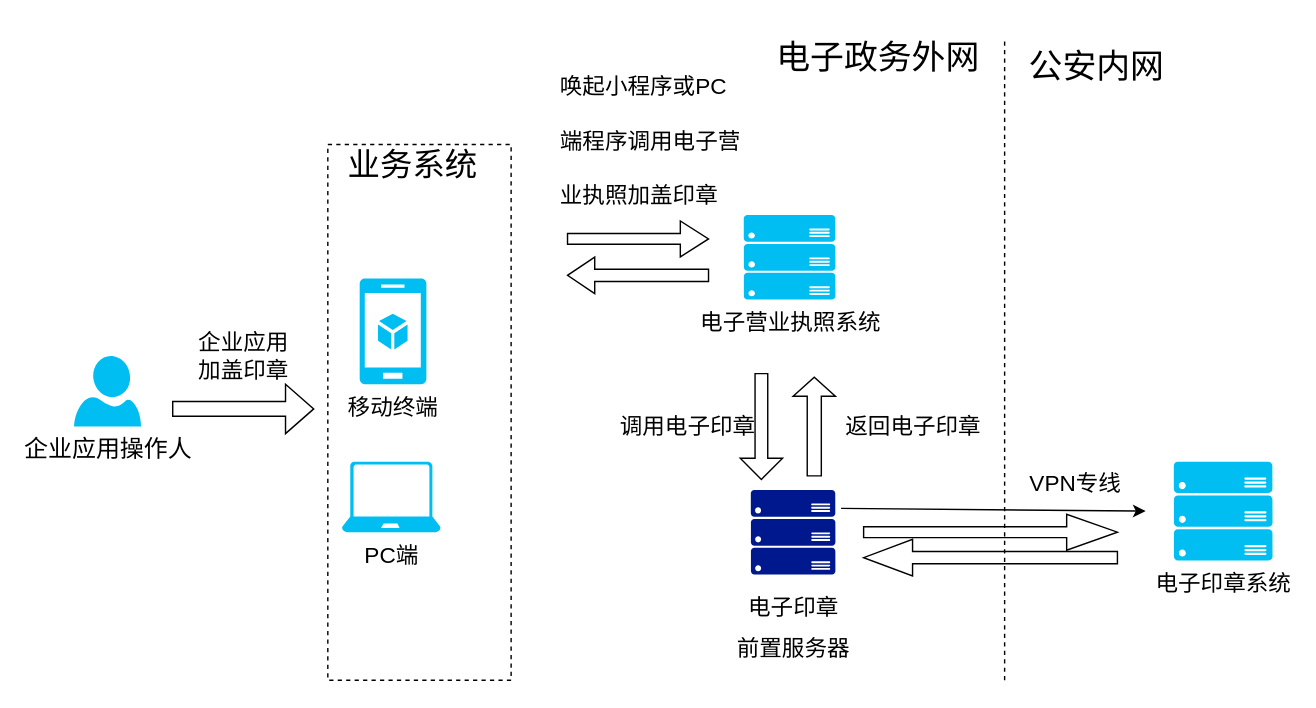
Before: page "电子印章调用" (4 of 4) of Untitled Diagram.drawio in guoqingshan2020/draw, a draw.io diagram. Source tidied: cells renumbered, new cells numbered last; positions are measured from the earlier drawing's top-left corner, leaving out a move shared by most shapes. Both pictures are drawn from the tidied source at 141%, with x=0, y=0 at pixel (73, 37).
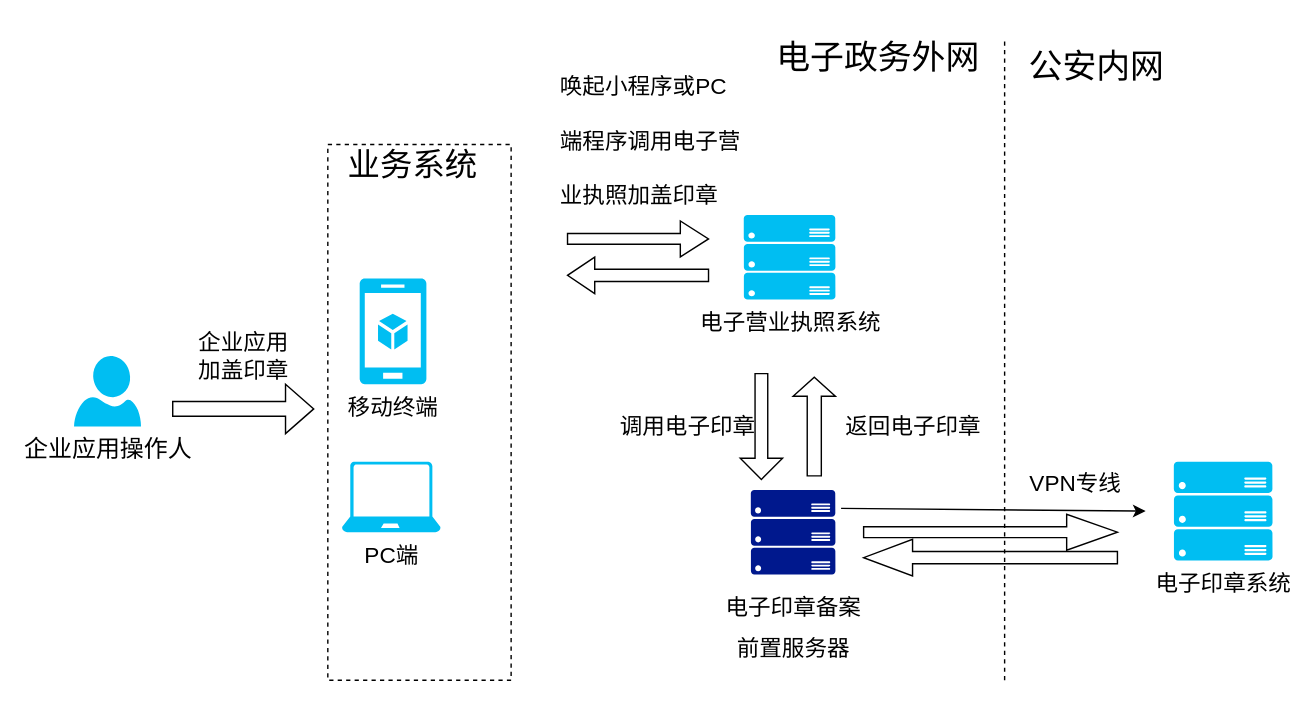
After the change.

The edit, as a diff of the source:
```diff
@@
-    <mxCell id="8" value="&lt;span style=&quot;font-size: 16px&quot;&gt;电子印章&lt;/span&gt;&lt;br style=&quot;font-size: 16px&quot;&gt;&lt;span style=&quot;font-size: 16px&quot;&gt;前置服务器&lt;/span&gt;" style="shadow=0;dashed=0;html=1;strokeColor=none;labelPosition=center;verticalLabelPosition=bottom;verticalAlign=top;align=center;fillColor=#00188D;shape=mxgraph.azure.server_rack;fontSize=24;" parent="1" vertex="1">
+    <mxCell id="8" value="&lt;span style=&quot;font-size: 16px&quot;&gt;电子印章备案&lt;/span&gt;&lt;br style=&quot;font-size: 16px&quot;&gt;&lt;span style=&quot;font-size: 16px&quot;&gt;前置服务器&lt;/span&gt;" style="shadow=0;dashed=0;html=1;strokeColor=none;labelPosition=center;verticalLabelPosition=bottom;verticalAlign=top;align=center;fillColor=#00188D;shape=mxgraph.azure.server_rack;fontSize=24;" parent="1" vertex="1">
       <mxGeometry x="480" y="321" width="60" height="60" as="geometry" />
     </mxCell>
```
